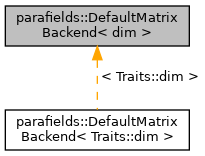
Before: a01000.png, a diagram exported from Graphviz (parafields/parafields-core). Its source is kept beside it as a01000.dot. The source it was exported from:
```dot
digraph "parafields::DefaultMatrixBackend&lt; dim &gt;"
{
  edge [fontname="Helvetica",fontsize="10",labelfontname="Helvetica",labelfontsize="10"];
  node [fontname="Helvetica",fontsize="10",shape=record];
  Node1 [label="parafields::DefaultMatrix\lBackend\< dim \>",height=0.2,width=0.4,color="black", fillcolor="grey75", style="filled", fontcolor="black",tooltip="Default matrix backend for dim > 1."];
  Node1 -> Node2 [dir="back",color="orange",fontsize="10",style="dashed",label=" \< Traits::dim \>" ,fontname="Helvetica"];
  Node2 [label="parafields::DefaultMatrix\lBackend\< Traits::dim \>",height=0.2,width=0.4,color="black", fillcolor="white", style="filled",URL="$a01001.html",tooltip=" "];
}
```
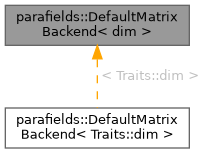
The same diagram one commit later.

What changed in the source:
```diff
@@ -1,8 +1,9 @@
 digraph "parafields::DefaultMatrixBackend&lt; dim &gt;"
 {
-  edge [fontname="Helvetica",fontsize="10",labelfontname="Helvetica",labelfontsize="10"];
-  node [fontname="Helvetica",fontsize="10",shape=record];
-  Node1 [label="parafields::DefaultMatrix\lBackend\< dim \>",height=0.2,width=0.4,color="black", fillcolor="grey75", style="filled", fontcolor="black",tooltip="Default matrix backend for dim > 1."];
-  Node1 -> Node2 [dir="back",color="orange",fontsize="10",style="dashed",label=" \< Traits::dim \>" ,fontname="Helvetica"];
-  Node2 [label="parafields::DefaultMatrix\lBackend\< Traits::dim \>",height=0.2,width=0.4,color="black", fillcolor="white", style="filled",URL="$a01001.html",tooltip=" "];
+  bgcolor="transparent";
+  edge [fontname=Helvetica,fontsize=10,labelfontname=Helvetica,labelfontsize=10];
+  node [fontname=Helvetica,fontsize=10,shape=box,height=0.2,width=0.4];
+  Node1 [id="Node000001",label="parafields::DefaultMatrix\lBackend\< dim \>",height=0.2,width=0.4,color="gray40", fillcolor="grey60", style="filled", fontcolor="black",tooltip="Default matrix backend for dim > 1."];
+  Node1 -> Node2 [id="edge1_Node000001_Node000002",dir="back",color="orange",style="dashed",tooltip=" ",label=" \< Traits::dim \>",fontcolor="grey" ];
+  Node2 [id="Node000002",label="parafields::DefaultMatrix\lBackend\< Traits::dim \>",height=0.2,width=0.4,color="gray40", fillcolor="white", style="filled",URL="$a01001.html",tooltip=" "];
 }
```
